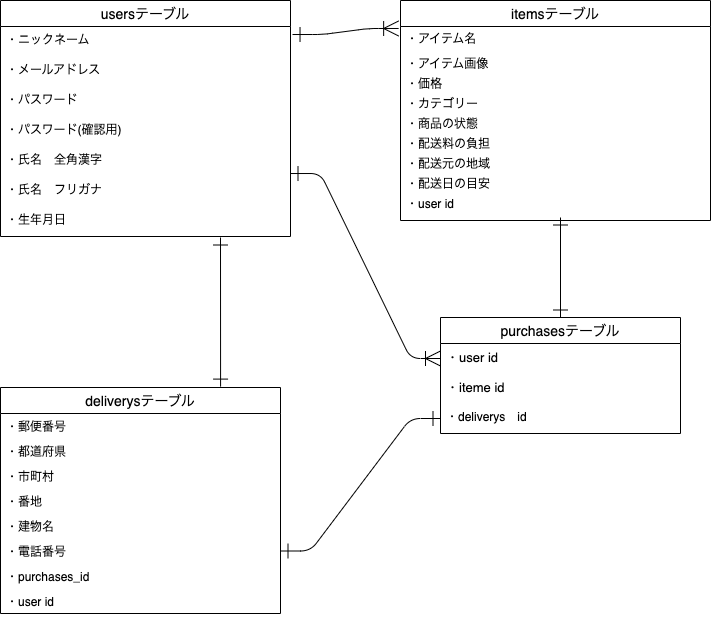
Earlier version of the draw.io export database..drawio.png (Hiro0808/furima-38987). Source tidied: cells renumbered, new cells last; positions are measured from the earlier drawing's top-left corner, leaving out a move shared by most shapes.
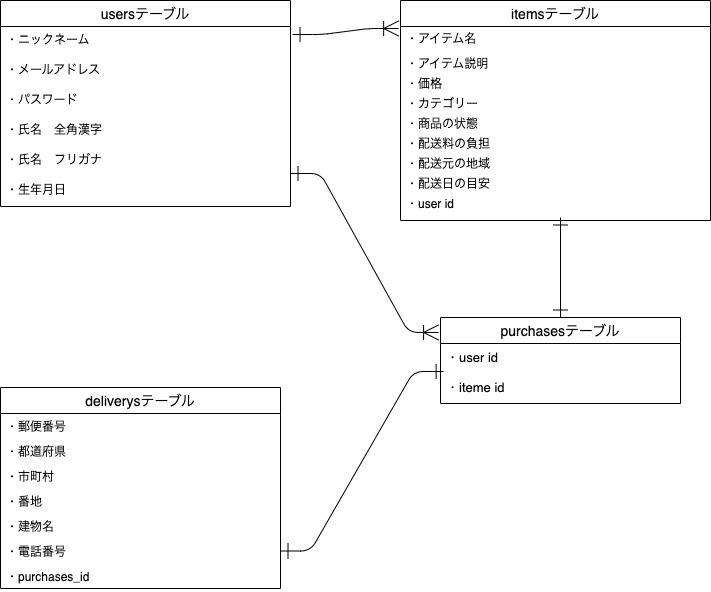
The same diagram one commit later.

Commit message:
データベース設計　修正01

What changed in the source:
```diff
@@ -8,7 +8,7 @@
     <mxCell id="3" value="・アイテム名" style="text;strokeColor=none;fillColor=none;spacingLeft=4;spacingRight=4;overflow=hidden;points=[[0,0.5],[1,0.5]];portConstraint=eastwest;fontSize=12;verticalAlign=middle;" parent="2" vertex="1">
       <mxGeometry y="26" width="310" height="24" as="geometry" />
     </mxCell>
-    <mxCell id="4" value="・アイテム画像" style="text;strokeColor=none;fillColor=none;spacingLeft=4;spacingRight=4;overflow=hidden;fontSize=12;" parent="2" vertex="1">
+    <mxCell id="4" value="・アイテム説明" style="text;strokeColor=none;fillColor=none;spacingLeft=4;spacingRight=4;overflow=hidden;fontSize=12;" parent="2" vertex="1">
       <mxGeometry y="50" width="310" height="20" as="geometry" />
     </mxCell>
     <mxCell id="5" value="・価格" style="text;strokeColor=none;fillColor=none;spacingLeft=4;spacingRight=4;overflow=hidden;fontSize=12;" parent="2" vertex="1">
@@ -33,7 +33,7 @@
       <mxGeometry y="190" width="310" height="30" as="geometry" />
     </mxCell>
     <mxCell id="12" value="purchasesテーブル" style="swimlane;fontStyle=0;horizontal=1;startSize=26;align=center;fontSize=14;" parent="1" vertex="1">
-      <mxGeometry x="440" y="317" width="240" height="116" as="geometry" />
+      <mxGeometry x="440" y="317" width="240" height="86" as="geometry" />
     </mxCell>
     <mxCell id="13" value="・user id" style="text;strokeColor=none;fillColor=none;spacingLeft=4;spacingRight=4;overflow=hidden;points=[[0,0.5],[1,0.5]];portConstraint=eastwest;fontSize=13;" parent="12" vertex="1">
       <mxGeometry y="26" width="240" height="30" as="geometry" />
@@ -41,11 +41,8 @@
     <mxCell id="14" value="・iteme id" style="text;strokeColor=none;fillColor=none;spacingLeft=4;spacingRight=4;overflow=hidden;points=[[0,0.5],[1,0.5]];portConstraint=eastwest;fontSize=13;" parent="12" vertex="1">
       <mxGeometry y="56" width="240" height="30" as="geometry" />
     </mxCell>
-    <mxCell id="15" value="・deliverys　id" style="text;strokeColor=none;fillColor=none;spacingLeft=4;spacingRight=4;overflow=hidden;points=[[0,0.5],[1,0.5]];portConstraint=eastwest;fontSize=12;" parent="12" vertex="1">
-      <mxGeometry y="86" width="240" height="30" as="geometry" />
-    </mxCell>
     <mxCell id="16" value="deliverysテーブル" style="swimlane;fontStyle=0;horizontal=1;startSize=26;align=center;fontSize=14;" parent="1" vertex="1">
-      <mxGeometry y="387" width="280" height="226" as="geometry" />
+      <mxGeometry y="387" width="280" height="201" as="geometry" />
     </mxCell>
     <mxCell id="17" value="・郵便番号" style="text;strokeColor=none;fillColor=none;spacingLeft=4;spacingRight=4;overflow=hidden;fontSize=12;" parent="16" vertex="1">
       <mxGeometry y="26" width="280" height="25" as="geometry" />
@@ -68,11 +65,8 @@
     <mxCell id="23" value="・purchases_id" style="text;strokeColor=none;fillColor=none;spacingLeft=4;spacingRight=4;overflow=hidden;fontSize=12;" parent="16" vertex="1">
       <mxGeometry y="176" width="280" height="25" as="geometry" />
     </mxCell>
-    <mxCell id="24" value="・user id" style="text;strokeColor=none;fillColor=none;spacingLeft=4;spacingRight=4;overflow=hidden;fontSize=12;" parent="16" vertex="1">
-      <mxGeometry y="201" width="280" height="25" as="geometry" />
-    </mxCell>
     <mxCell id="25" value="usersテーブル" style="swimlane;fontStyle=0;horizontal=1;startSize=26;align=center;fontSize=14;" parent="1" vertex="1">
-      <mxGeometry width="290" height="236" as="geometry" />
+      <mxGeometry width="290" height="206" as="geometry" />
     </mxCell>
     <mxCell id="26" value="・ニックネーム" style="text;strokeColor=none;fillColor=none;spacingLeft=4;spacingRight=4;overflow=hidden;points=[[0,0.5],[1,0.5]];portConstraint=eastwest;fontSize=12;" parent="25" vertex="1">
       <mxGeometry y="26" width="290" height="30" as="geometry" />
@@ -83,37 +77,29 @@
     <mxCell id="28" value="・パスワード" style="text;strokeColor=none;fillColor=none;spacingLeft=4;spacingRight=4;overflow=hidden;fontSize=12;verticalAlign=top;" parent="25" vertex="1">
       <mxGeometry y="86" width="290" height="30" as="geometry" />
     </mxCell>
-    <mxCell id="29" value="・パスワード(確認用)" style="text;strokeColor=none;fillColor=none;spacingLeft=4;spacingRight=4;overflow=hidden;fontSize=12;verticalAlign=top;" parent="25" vertex="1">
-      <mxGeometry y="116" width="290" height="30" as="geometry" />
-    </mxCell>
     <mxCell id="30" value="・氏名　全角漢字" style="text;strokeColor=none;fillColor=none;spacingLeft=4;spacingRight=4;overflow=hidden;fontSize=12;verticalAlign=top;" parent="25" vertex="1">
-      <mxGeometry y="146" width="290" height="30" as="geometry" />
+      <mxGeometry y="116" width="290" height="30" as="geometry" />
     </mxCell>
     <mxCell id="31" value="・氏名　フリガナ" style="text;strokeColor=none;fillColor=none;spacingLeft=4;spacingRight=4;overflow=hidden;fontSize=12;verticalAlign=top;" parent="25" vertex="1">
-      <mxGeometry y="176" width="290" height="30" as="geometry" />
+      <mxGeometry y="146" width="290" height="30" as="geometry" />
     </mxCell>
     <mxCell id="32" value="・生年月日" style="text;strokeColor=none;fillColor=none;spacingLeft=4;spacingRight=4;overflow=hidden;fontSize=12;verticalAlign=top;" parent="25" vertex="1">
-      <mxGeometry y="206" width="290" height="30" as="geometry" />
+      <mxGeometry y="176" width="290" height="30" as="geometry" />
     </mxCell>
     <mxCell id="33" style="edgeStyle=entityRelationEdgeStyle;fontSize=12;html=1;endArrow=ERoneToMany;endFill=0;exitX=1.007;exitY=0.267;exitDx=0;exitDy=0;startArrow=ERone;startFill=0;exitPerimeter=0;strokeWidth=1;jumpSize=11;entryX=-0.006;entryY=0.083;entryDx=0;entryDy=0;entryPerimeter=0;endSize=13;startSize=13;" parent="1" edge="1" source="26" target="3">
       <mxGeometry relative="1" as="geometry" />
     </mxCell>
-    <mxCell id="34" style="edgeStyle=entityRelationEdgeStyle;fontSize=12;html=1;endArrow=ERoneToMany;endFill=0;exitX=1.007;exitY=0.267;exitDx=0;exitDy=0;startArrow=ERone;startFill=0;exitPerimeter=0;strokeWidth=1;jumpSize=11;entryX=0;entryY=0.5;entryDx=0;entryDy=0;endSize=13;startSize=13;" parent="1" edge="1" target="13">
+    <mxCell id="34" style="edgeStyle=entityRelationEdgeStyle;fontSize=12;html=1;endArrow=ERoneToMany;endFill=0;exitX=1.007;exitY=0.267;exitDx=0;exitDy=0;startArrow=ERone;startFill=0;exitPerimeter=0;strokeWidth=1;jumpSize=11;entryX=-0.008;entryY=0.174;entryDx=0;entryDy=0;endSize=13;startSize=13;entryPerimeter=0;" parent="1" edge="1" target="12">
       <mxGeometry relative="1" as="geometry">
         <mxPoint x="290" y="173" as="sourcePoint" />
       </mxGeometry>
     </mxCell>
-    <mxCell id="35" style="endArrow=ERone;html=1;rounded=0;strokeWidth=1;fontSize=13;startSize=13;endSize=13;jumpSize=11;entryX=0.786;entryY=-0.004;entryDx=0;entryDy=0;entryPerimeter=0;startArrow=ERone;startFill=0;endFill=0;" parent="1" edge="1" target="16">
-      <mxGeometry relative="1" as="geometry">
-        <mxPoint x="220" y="237" as="sourcePoint" />
-      </mxGeometry>
-    </mxCell>
     <mxCell id="36" style="endArrow=ERone;html=1;rounded=0;strokeWidth=1;fontSize=13;startSize=13;endSize=13;jumpSize=11;entryX=0.5;entryY=0;entryDx=0;entryDy=0;startArrow=ERone;startFill=0;endFill=0;" parent="1" edge="1" target="12">
       <mxGeometry relative="1" as="geometry">
         <mxPoint x="560" y="217" as="sourcePoint" />
       </mxGeometry>
     </mxCell>
-    <mxCell id="37" style="edgeStyle=entityRelationEdgeStyle;fontSize=12;html=1;endArrow=ERone;strokeWidth=1;startSize=13;endSize=13;jumpSize=11;entryX=0;entryY=0.5;entryDx=0;entryDy=0;exitX=1;exitY=0.5;exitDx=0;exitDy=0;endFill=0;startArrow=ERone;startFill=0;" parent="1" edge="1" source="22" target="15">
+    <mxCell id="37" style="edgeStyle=entityRelationEdgeStyle;fontSize=12;html=1;endArrow=ERone;strokeWidth=1;startSize=13;endSize=13;jumpSize=11;entryX=0.013;entryY=-0.067;entryDx=0;entryDy=0;exitX=1;exitY=0.5;exitDx=0;exitDy=0;endFill=0;startArrow=ERone;startFill=0;entryPerimeter=0;" parent="1" edge="1" source="22" target="14">
       <mxGeometry relative="1" as="geometry" />
     </mxCell>
   </root>
```
